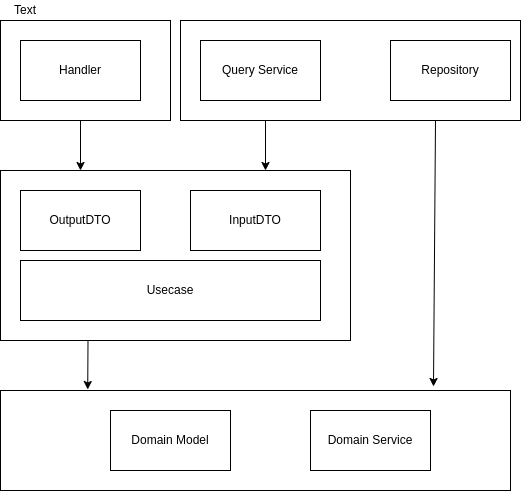
Dot-P/email-news keeps this draw.io diagram as architecture/software_arch.drawio.png. Above is the earlier version. Source tidied: cells renumbered, new cells last; positions are measured from the earlier drawing's top-left corner, leaving out a move shared by most shapes.
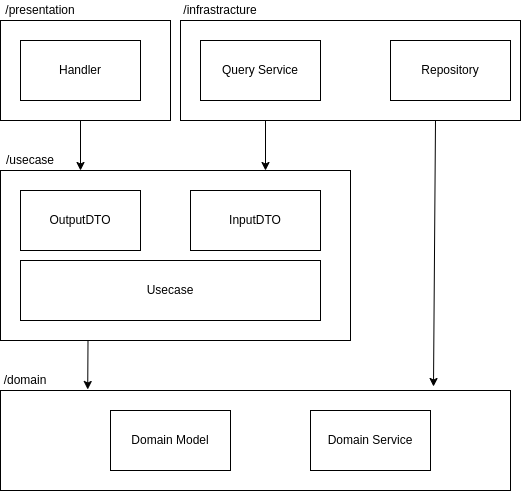
The same diagram one commit later.

Commit message:
add clean arch diagram with explanation

Diff of the diagram source:
```diff
@@ -54,8 +54,17 @@
     <mxCell id="17" value="Repository" style="rounded=0;whiteSpace=wrap;html=1;" parent="1" vertex="1">
       <mxGeometry x="390" y="40" width="120" height="60" as="geometry" />
     </mxCell>
-    <mxCell id="18" value="Text" style="text;html=1;strokeColor=none;fillColor=none;align=center;verticalAlign=middle;whiteSpace=wrap;rounded=0;" parent="1" vertex="1">
-      <mxGeometry width="50" height="20" as="geometry" />
+    <mxCell id="18" value="/presentation" style="text;html=1;strokeColor=none;fillColor=none;align=center;verticalAlign=middle;whiteSpace=wrap;rounded=0;" parent="1" vertex="1">
+      <mxGeometry width="80" height="20" as="geometry" />
     </mxCell>
+    <mxCell id="19" value="/usecase" style="text;html=1;strokeColor=none;fillColor=none;align=center;verticalAlign=middle;whiteSpace=wrap;rounded=0;" parent="1" vertex="1">
+      <mxGeometry y="150" width="60" height="20" as="geometry" />
+    </mxCell>
+    <mxCell id="20" value="/infrastracture" style="text;html=1;strokeColor=none;fillColor=none;align=center;verticalAlign=middle;whiteSpace=wrap;rounded=0;" parent="1" vertex="1">
+      <mxGeometry x="180" width="80" height="20" as="geometry" />
+    </mxCell>
+    <mxCell id="21" value="/domain" style="text;html=1;strokeColor=none;fillColor=none;align=center;verticalAlign=middle;whiteSpace=wrap;rounded=0;" parent="1" vertex="1">
+      <mxGeometry y="370" width="50" height="20" as="geometry" />
+    </mxCell>
   </root>
 </mxGraphModel>
```
